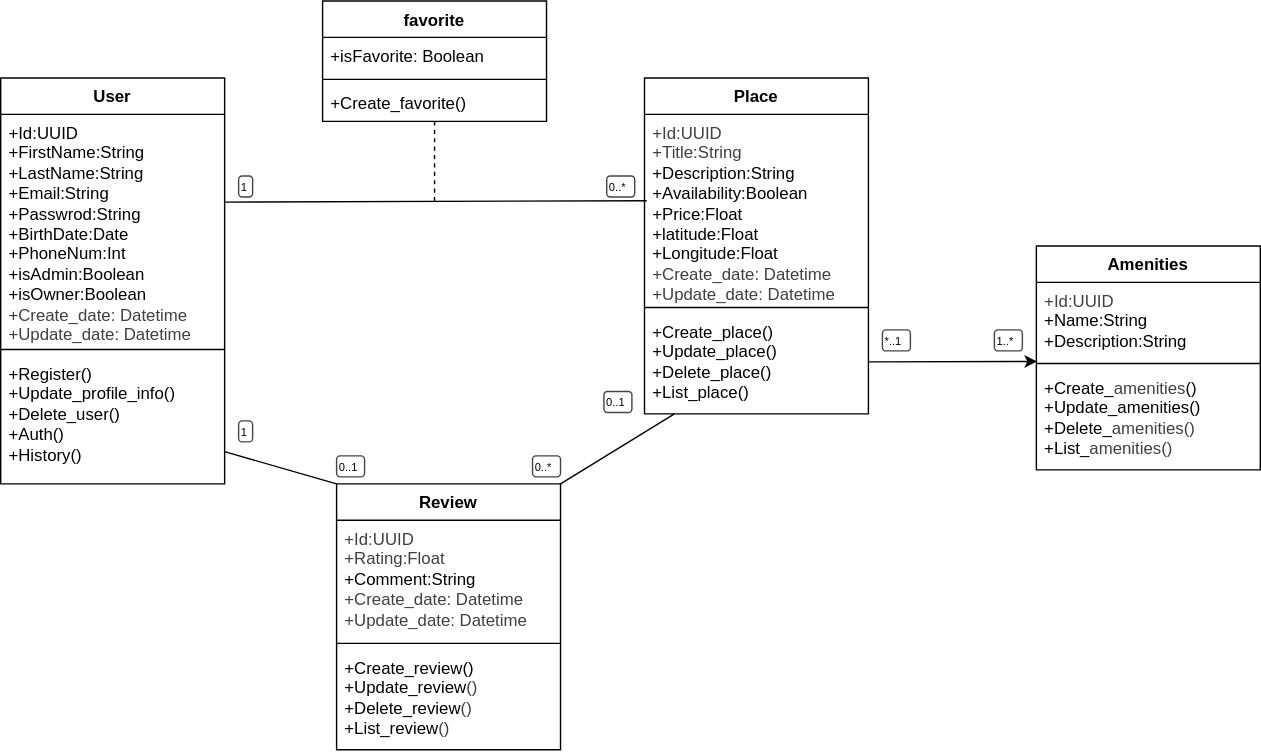
t8pr/holbertonschool-hbnb keeps this draw.io diagram as part1/SoftwareArchitecturePatterns/Hbnb_Class_Diagram.svg. Above is the earlier version. Source tidied: cells renumbered, new cells last; positions are measured from the earlier drawing's top-left corner, leaving out a move shared by most shapes.
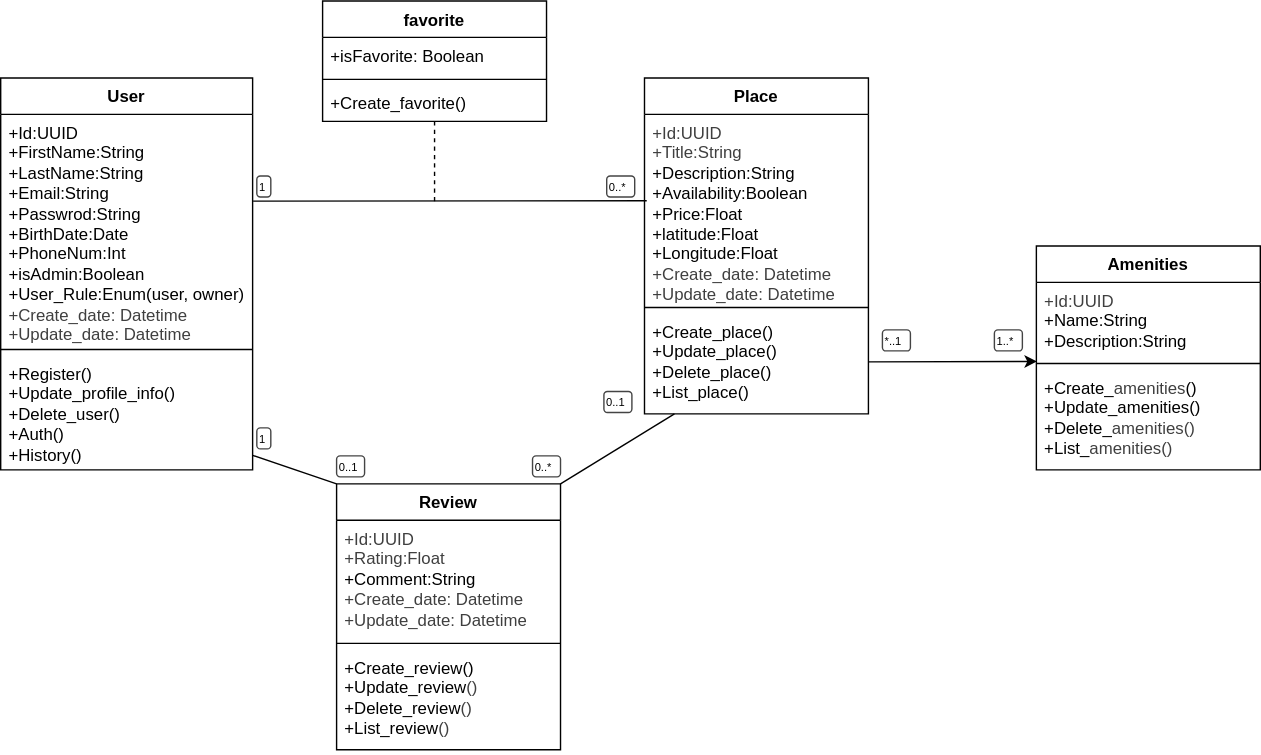
Above is the later version.

Commit message:
fix the class digram add enum

Change to the diagram source:
```diff
@@ -3,16 +3,16 @@
     <mxCell id="0" />
     <mxCell id="1" parent="0" />
     <mxCell id="2" value="User" style="swimlane;fontStyle=1;align=center;verticalAlign=top;horizontal=1;startSize=26;whiteSpace=wrap;html=1;" parent="1" vertex="1">
-      <mxGeometry y="55" width="160" height="290" as="geometry" />
+      <mxGeometry y="55" width="180" height="280" as="geometry" />
     </mxCell>
-    <mxCell id="3" value="&lt;div&gt;+Id:UUID&lt;/div&gt;&lt;div&gt;&lt;span style=&quot;background-color: transparent;&quot;&gt;+FirstName:String&lt;/span&gt;&lt;/div&gt;&lt;div&gt;&lt;span style=&quot;color: rgb(0, 0, 0);&quot;&gt;+LastName:String&lt;/span&gt;&lt;/div&gt;&lt;div&gt;&lt;span style=&quot;color: rgb(0, 0, 0);&quot;&gt;+Email:String&lt;/span&gt;&lt;span style=&quot;color: rgb(0, 0, 0);&quot;&gt;&lt;/span&gt;&lt;/div&gt;&lt;div&gt;&lt;span style=&quot;color: rgb(0, 0, 0);&quot;&gt;+Passwrod:String&lt;/span&gt;&lt;/div&gt;&lt;div&gt;&lt;span style=&quot;color: rgb(0, 0, 0);&quot;&gt;+BirthDate:Date&lt;/span&gt;&lt;/div&gt;&lt;div&gt;&lt;span style=&quot;color: rgb(0, 0, 0);&quot;&gt;+PhoneNum:Int&lt;/span&gt;&lt;/div&gt;&lt;div&gt;&lt;font color=&quot;#000000&quot;&gt;+isAdmin:Boolean&lt;/font&gt;&lt;/div&gt;&lt;div&gt;&lt;font color=&quot;#000000&quot;&gt;+isOwner:Boolean&lt;/font&gt;&lt;/div&gt;&lt;div&gt;&lt;font color=&quot;#000000&quot;&gt;&lt;div style=&quot;scrollbar-color: rgb(226, 226, 226) rgb(251, 251, 251); color: rgb(63, 63, 63);&quot;&gt;&lt;font style=&quot;color: rgb(63, 63, 63); scrollbar-color: rgb(226, 226, 226) rgb(251, 251, 251);&quot;&gt;+Create_date: Datetime&lt;/font&gt;&lt;/div&gt;&lt;div style=&quot;scrollbar-color: rgb(226, 226, 226) rgb(251, 251, 251); color: rgb(63, 63, 63);&quot;&gt;&lt;font style=&quot;color: rgb(63, 63, 63); scrollbar-color: rgb(226, 226, 226) rgb(251, 251, 251);&quot;&gt;+Update_date: Datetime&lt;/font&gt;&lt;/div&gt;&lt;/font&gt;&lt;/div&gt;" style="text;strokeColor=none;fillColor=none;align=left;verticalAlign=top;spacingLeft=4;spacingRight=4;overflow=hidden;points=[[0,0.5],[1,0.5]];portConstraint=eastwest;whiteSpace=wrap;html=1;" parent="2" vertex="1">
-      <mxGeometry y="26" width="160" height="164" as="geometry" />
+    <mxCell id="3" value="&lt;div&gt;+Id:UUID&lt;/div&gt;&lt;div&gt;&lt;span style=&quot;background-color: transparent;&quot;&gt;+FirstName:String&lt;/span&gt;&lt;/div&gt;&lt;div&gt;&lt;span style=&quot;color: rgb(0, 0, 0);&quot;&gt;+LastName:String&lt;/span&gt;&lt;/div&gt;&lt;div&gt;&lt;span style=&quot;color: rgb(0, 0, 0);&quot;&gt;+Email:String&lt;/span&gt;&lt;span style=&quot;color: rgb(0, 0, 0);&quot;&gt;&lt;/span&gt;&lt;/div&gt;&lt;div&gt;&lt;span style=&quot;color: rgb(0, 0, 0);&quot;&gt;+Passwrod:String&lt;/span&gt;&lt;/div&gt;&lt;div&gt;&lt;span style=&quot;color: rgb(0, 0, 0);&quot;&gt;+BirthDate:Date&lt;/span&gt;&lt;/div&gt;&lt;div&gt;&lt;span style=&quot;color: rgb(0, 0, 0);&quot;&gt;+PhoneNum:Int&lt;/span&gt;&lt;/div&gt;&lt;div&gt;&lt;font color=&quot;#000000&quot;&gt;+isAdmin:Boolean&lt;/font&gt;&lt;/div&gt;&lt;div&gt;&lt;font color=&quot;#000000&quot;&gt;+User_Rule:Enum(user, owner)&lt;/font&gt;&lt;/div&gt;&lt;div&gt;&lt;font color=&quot;#000000&quot;&gt;&lt;div style=&quot;scrollbar-color: rgb(226, 226, 226) rgb(251, 251, 251); color: rgb(63, 63, 63);&quot;&gt;&lt;font style=&quot;color: rgb(63, 63, 63); scrollbar-color: rgb(226, 226, 226) rgb(251, 251, 251);&quot;&gt;+Create_date: Datetime&lt;/font&gt;&lt;/div&gt;&lt;div style=&quot;scrollbar-color: rgb(226, 226, 226) rgb(251, 251, 251); color: rgb(63, 63, 63);&quot;&gt;&lt;font style=&quot;color: rgb(63, 63, 63); scrollbar-color: rgb(226, 226, 226) rgb(251, 251, 251);&quot;&gt;+Update_date: Datetime&lt;/font&gt;&lt;/div&gt;&lt;/font&gt;&lt;/div&gt;" style="text;strokeColor=none;fillColor=none;align=left;verticalAlign=top;spacingLeft=4;spacingRight=4;overflow=hidden;points=[[0,0.5],[1,0.5]];portConstraint=eastwest;whiteSpace=wrap;html=1;" parent="2" vertex="1">
+      <mxGeometry y="26" width="180" height="164" as="geometry" />
     </mxCell>
     <mxCell id="4" style="line;strokeWidth=1;fillColor=none;align=left;verticalAlign=middle;spacingTop=-1;spacingLeft=3;spacingRight=3;labelPosition=right;strokeColor=inherit;" parent="2" vertex="1">
-      <mxGeometry y="190" width="160" height="8" as="geometry" />
+      <mxGeometry y="190" width="180" height="8" as="geometry" />
     </mxCell>
     <mxCell id="5" value="+Register()&lt;div&gt;&lt;div&gt;&lt;div&gt;+Update_profile_info()&lt;/div&gt;&lt;div&gt;+Delete_user()&lt;/div&gt;&lt;div&gt;+Auth()&lt;/div&gt;&lt;div&gt;+History()&lt;/div&gt;&lt;/div&gt;&lt;/div&gt;" style="text;strokeColor=none;fillColor=none;align=left;verticalAlign=top;spacingLeft=4;spacingRight=4;overflow=hidden;points=[[0,0.5],[1,0.5]];portConstraint=eastwest;whiteSpace=wrap;html=1;" parent="2" vertex="1">
-      <mxGeometry y="198" width="160" height="92" as="geometry" />
+      <mxGeometry y="198" width="180" height="82" as="geometry" />
     </mxCell>
     <mxCell id="6" value="Place" style="swimlane;fontStyle=1;align=center;verticalAlign=top;horizontal=1;startSize=26;whiteSpace=wrap;html=1;" parent="1" vertex="1">
       <mxGeometry x="460" y="55" width="160" height="240" as="geometry" />
@@ -58,9 +58,8 @@
     <mxCell id="19" style="edgeStyle=none;html=1;endArrow=none;endFill=0;entryX=0;entryY=0;entryDx=0;entryDy=0;" parent="1" edge="1" source="5" target="10">
       <mxGeometry relative="1" as="geometry" />
     </mxCell>
-    <mxCell id="20" style="edgeStyle=none;html=1;entryX=0.01;entryY=0.576;entryDx=0;entryDy=0;entryPerimeter=0;endArrow=none;endFill=0;" parent="1" edge="1">
+    <mxCell id="20" style="edgeStyle=none;html=1;entryX=0.01;entryY=0.576;entryDx=0;entryDy=0;entryPerimeter=0;endArrow=none;endFill=0;exitX=1.002;exitY=0.378;exitDx=0;exitDy=0;exitPerimeter=0;" parent="1" edge="1" source="3">
       <mxGeometry relative="1" as="geometry">
-        <mxPoint x="160" y="143.7" as="sourcePoint" />
         <mxPoint x="461.6" y="142.7" as="targetPoint" />
       </mxGeometry>
     </mxCell>
@@ -86,7 +85,7 @@
       <mxGeometry x="433" y="125" width="20" height="15" as="geometry" />
     </mxCell>
     <mxCell id="27" value="1" style="strokeWidth=1;html=1;shadow=0;dashed=0;shape=mxgraph.ios.iTextInput;strokeColor=#444444;buttonText=;fontSize=8;whiteSpace=wrap;align=left;" parent="1" vertex="1">
-      <mxGeometry x="170" y="125" width="10" height="15" as="geometry" />
+      <mxGeometry x="183" y="125" width="10" height="15" as="geometry" />
     </mxCell>
     <mxCell id="28" value="1..*" style="strokeWidth=1;html=1;shadow=0;dashed=0;shape=mxgraph.ios.iTextInput;strokeColor=#444444;buttonText=;fontSize=8;whiteSpace=wrap;align=left;" parent="1" vertex="1">
       <mxGeometry x="710" y="235" width="20" height="15" as="geometry" />
@@ -104,7 +103,7 @@
       <mxGeometry x="240" y="325" width="20" height="15" as="geometry" />
     </mxCell>
     <mxCell id="33" value="1" style="strokeWidth=1;html=1;shadow=0;dashed=0;shape=mxgraph.ios.iTextInput;strokeColor=#444444;buttonText=;fontSize=8;whiteSpace=wrap;align=left;" parent="1" vertex="1">
-      <mxGeometry x="170" y="300" width="10" height="15" as="geometry" />
+      <mxGeometry x="183" y="305" width="10" height="15" as="geometry" />
     </mxCell>
     <mxCell id="34" style="edgeStyle=none;html=1;endArrow=none;endFill=0;entryX=1;entryY=0;entryDx=0;entryDy=0;" parent="1" edge="1" source="9" target="10">
       <mxGeometry relative="1" as="geometry" />
```
